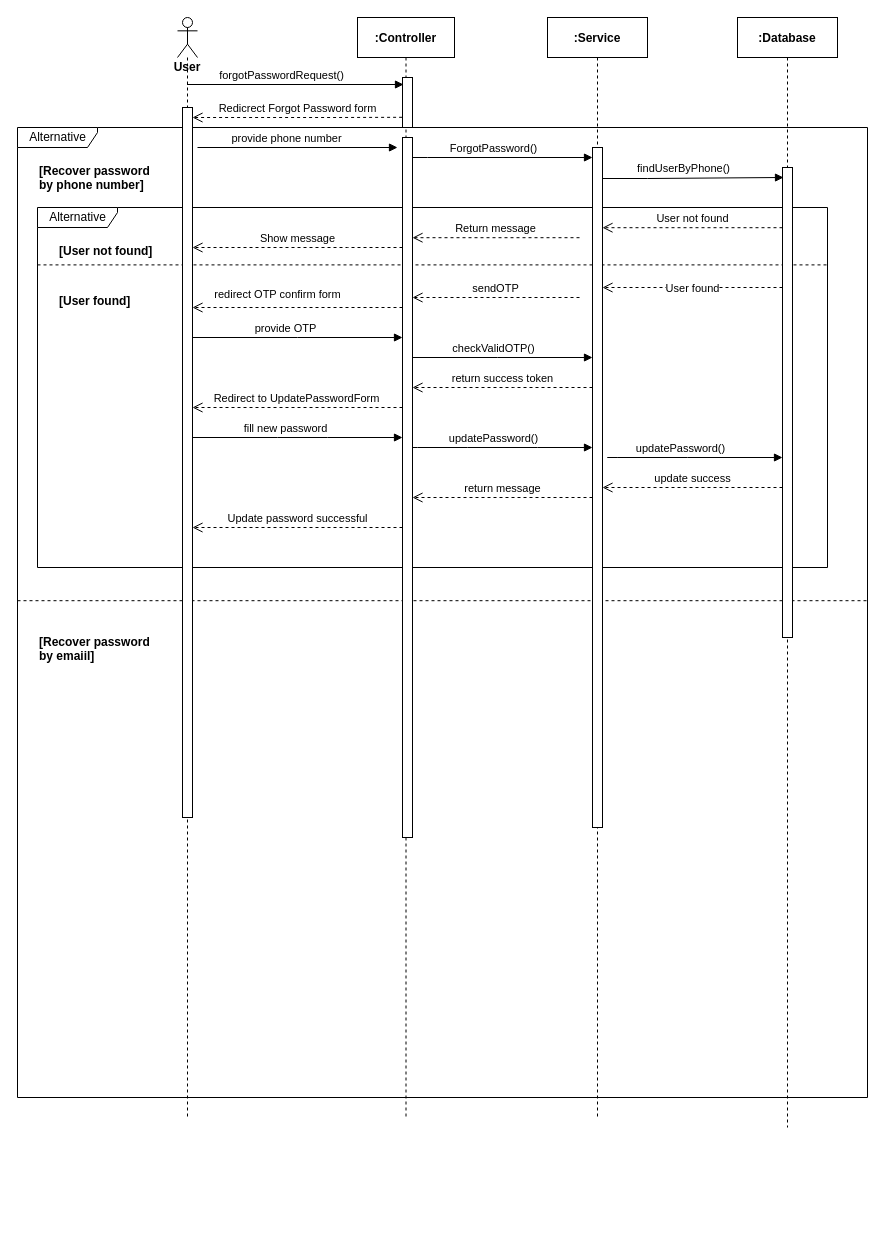
tue0305/DesignPatternDemo keeps this draw.io diagram as page "Sequence_ForgotPassword" (3 of 4) of Login_SequenceDiagram.drawio. Above is the earlier version. Source tidied: cells renumbered, new cells numbered last; positions are measured from the earlier drawing's top-left corner, leaving out a move shared by most shapes. Both pictures are drawn from the tidied source at 100%, with x=0, y=0 at pixel (17, 17).
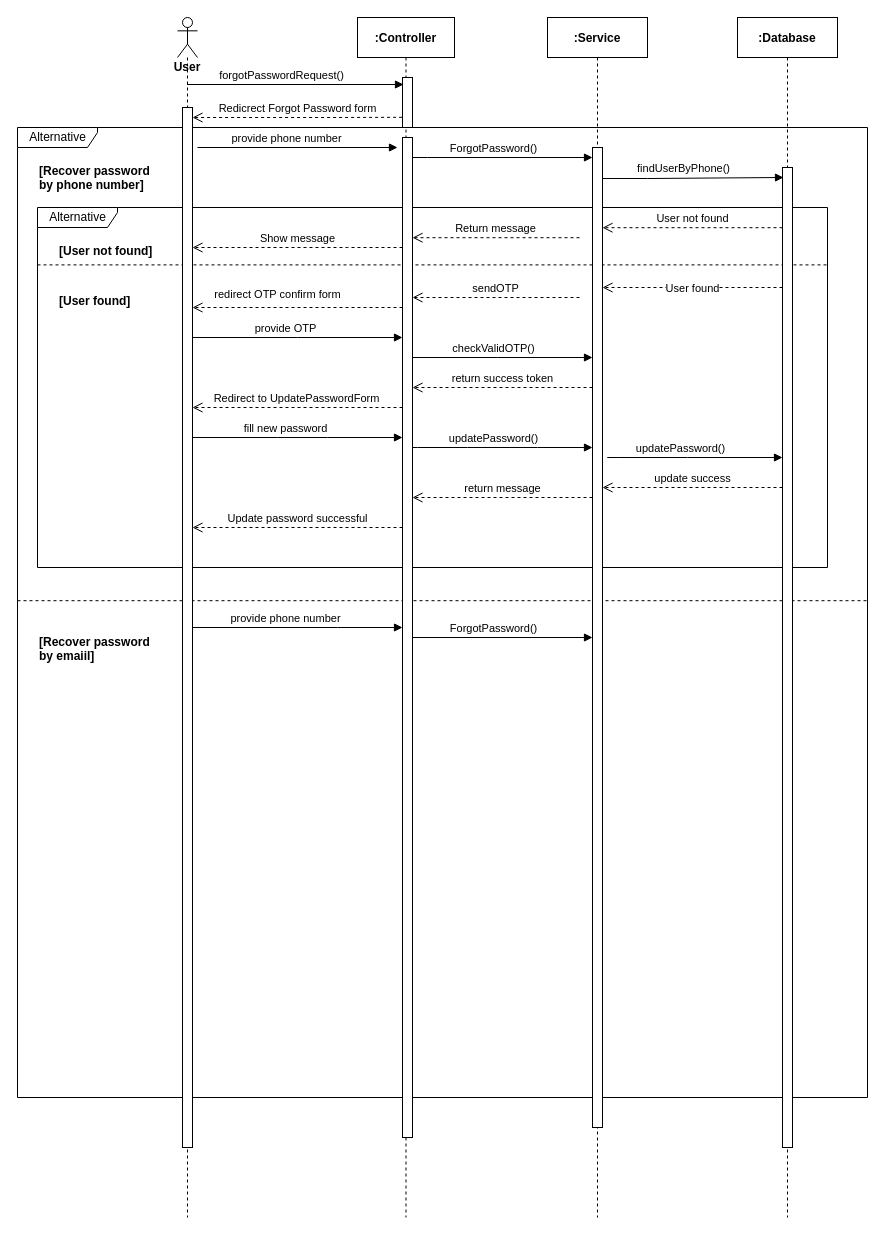
After the change.

Diff of the diagram source:
```diff
@@
     <mxCell id="8" value=":Controller" style="shape=umlLifeline;perimeter=lifelinePerimeter;rounded=0;shadow=0;strokeWidth=1;fontStyle=1;" parent="1" vertex="1">
-      <mxGeometry x="340" width="97" height="1100" as="geometry" />
+      <mxGeometry x="340" width="97" height="1200" as="geometry" />
     </mxCell>
@@
     <mxCell id="10" style="points=[];perimeter=orthogonalPerimeter;rounded=0;shadow=0;strokeWidth=1;" parent="8" vertex="1">
-      <mxGeometry x="45" y="120" width="10" height="700" as="geometry" />
+      <mxGeometry x="45" y="120" width="10" height="1000" as="geometry" />
     </mxCell>
@@
     <mxCell id="13" value=":Database" style="shape=umlLifeline;perimeter=lifelinePerimeter;rounded=0;shadow=0;strokeWidth=1;fontStyle=1;" parent="1" vertex="1">
-      <mxGeometry x="720" width="100" height="1110" as="geometry" />
+      <mxGeometry x="720" width="100" height="1200" as="geometry" />
     </mxCell>
     <mxCell id="14" style="points=[];perimeter=orthogonalPerimeter;rounded=0;shadow=0;strokeWidth=1;" parent="13" vertex="1">
-      <mxGeometry x="45" y="150" width="10" height="470" as="geometry" />
+      <mxGeometry x="45" y="150" width="10" height="980" as="geometry" />
     </mxCell>
@@
     <mxCell id="17" value="&lt;b&gt;User&lt;/b&gt;" style="shape=umlLifeline;participant=umlActor;perimeter=lifelinePerimeter;whiteSpace=wrap;html=1;verticalAlign=top;spacingTop=36;outlineConnect=0;" parent="1" vertex="1">
-      <mxGeometry x="160" width="20" height="1100" as="geometry" />
+      <mxGeometry x="160" width="20" height="1200" as="geometry" />
     </mxCell>
     <mxCell id="18" style="points=[];perimeter=orthogonalPerimeter;rounded=0;shadow=0;strokeWidth=1;" parent="17" vertex="1">
-      <mxGeometry x="5" y="90" width="10" height="710" as="geometry" />
+      <mxGeometry x="5" y="90" width="10" height="1040" as="geometry" />
     </mxCell>
@@
     <mxCell id="44" value=":Service" style="shape=umlLifeline;perimeter=lifelinePerimeter;rounded=0;shadow=0;strokeWidth=1;fontStyle=1;" parent="1" vertex="1">
-      <mxGeometry x="530" width="100" height="1100" as="geometry" />
+      <mxGeometry x="530" width="100" height="1200" as="geometry" />
     </mxCell>
     <mxCell id="45" style="points=[];perimeter=orthogonalPerimeter;rounded=0;shadow=0;strokeWidth=1;" parent="44" vertex="1">
-      <mxGeometry x="45" y="130" width="10" height="680" as="geometry" />
+      <mxGeometry x="45" y="130" width="10" height="980" as="geometry" />
     </mxCell>
@@
+    <mxCell id="48" style="html=1;verticalAlign=bottom;labelBackgroundColor=none;endArrow=block;endFill=1;rounded=0;" parent="1" edge="1" source="18" target="10">
+      <mxGeometry relative="1" as="geometry">
+        <Array as="points">
+          <mxPoint x="320" y="610" />
+        </Array>
+      </mxGeometry>
+    </mxCell>
+    <mxCell id="49" value="provide phone number" style="edgeLabel;html=1;align=center;verticalAlign=middle;" parent="48" vertex="1">
+      <mxGeometry x="-0.22" y="3" relative="1" as="geometry">
+        <mxPoint x="10" y="-7" as="offset" />
+      </mxGeometry>
+    </mxCell>
+    <mxCell id="50" style="html=1;verticalAlign=bottom;labelBackgroundColor=none;endArrow=block;endFill=1;rounded=0;" parent="1" edge="1" source="10" target="45">
+      <mxGeometry relative="1" as="geometry" />
+    </mxCell>
+    <mxCell id="51" value="ForgotPassword()" style="edgeLabel;html=1;align=center;verticalAlign=middle;" parent="50" vertex="1">
+      <mxGeometry x="-0.22" y="3" relative="1" as="geometry">
+        <mxPoint x="10" y="-7" as="offset" />
+      </mxGeometry>
+    </mxCell>
```
